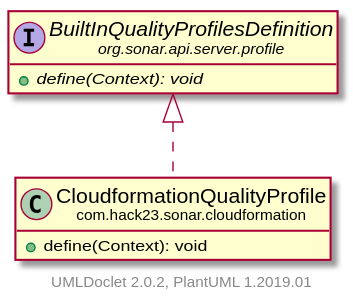
This is apidocs/com/hack23/sonar/cloudformation/CloudformationQualityProfile.svg from Hack23/sonar-cloudformation-plugin, a PlantUML export, as it was before one commit. Its diagram source:
```plantuml
@startuml
    set namespaceSeparator none
    hide empty fields
    hide empty methods

    class "<size:14>CloudformationQualityProfile\n<size:10>com.hack23.sonar.cloudformation" as com.hack23.sonar.cloudformation.CloudformationQualityProfile [[CloudformationQualityProfile.html]] {
        +define(Context): void
    }

    interface "<size:14>BuiltInQualityProfilesDefinition\n<size:10>org.sonar.api.server.profile" as org.sonar.api.server.profile.BuiltInQualityProfilesDefinition {
        {abstract} +define(Context): void
    }

    org.sonar.api.server.profile.BuiltInQualityProfilesDefinition <|.. com.hack23.sonar.cloudformation.CloudformationQualityProfile

    center footer UMLDoclet 2.0.2, PlantUML 1.2019.01
@enduml
```
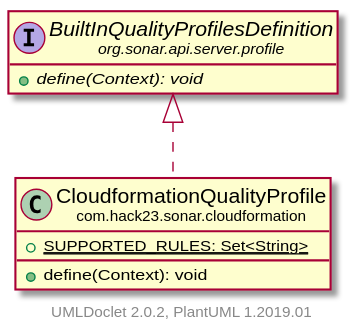
After the change.

Diff of the diagram source:
```diff
@@ -4,6 +4,7 @@
     hide empty methods
 
     class "<size:14>CloudformationQualityProfile\n<size:10>com.hack23.sonar.cloudformation" as com.hack23.sonar.cloudformation.CloudformationQualityProfile [[CloudformationQualityProfile.html]] {
+        {static} +SUPPORTED_RULES: Set<String>
         +define(Context): void
     }
 
```
